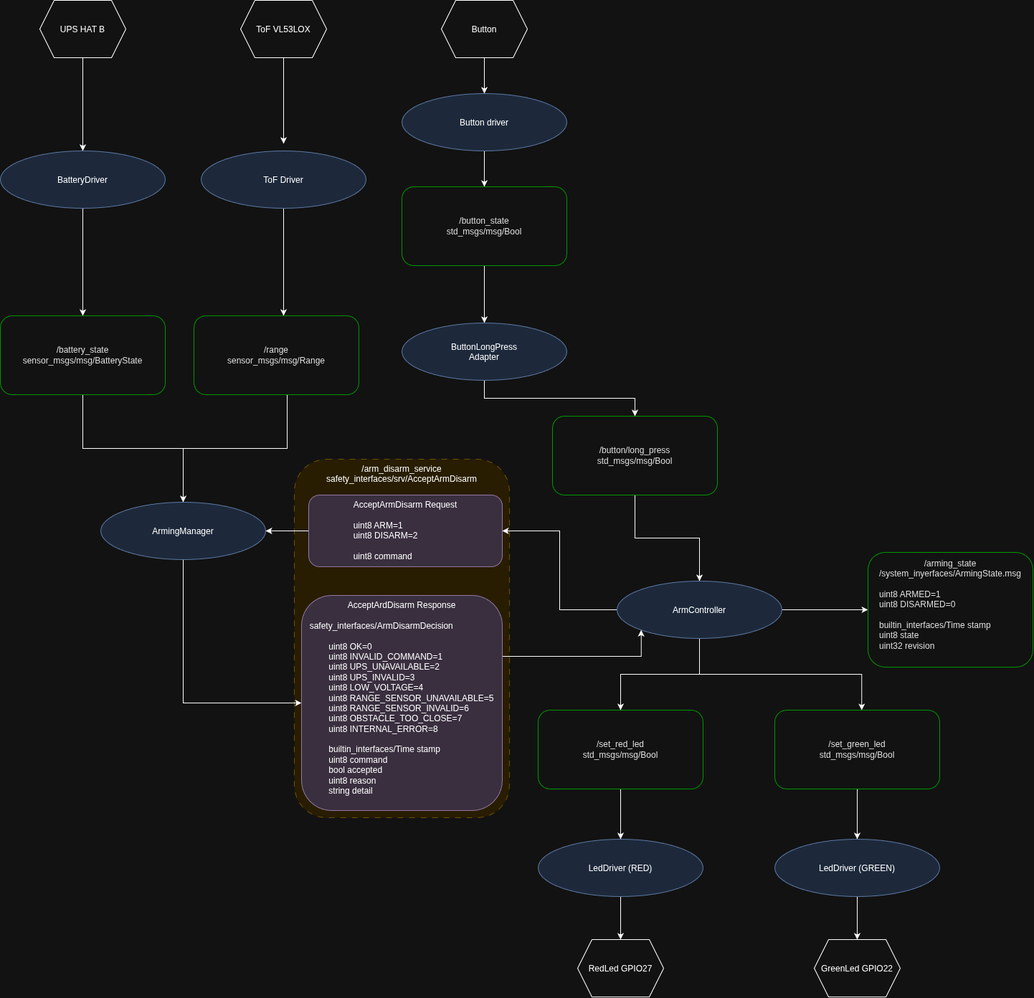
Before: docs/attachments/images/lesson5.1.drawio.png, a diagram exported from draw.io (SeregaCodit/ros2-practical). Source tidied: cells renumbered, new cells last; positions are measured from the earlier drawing's top-left corner, leaving out a move shared by most shapes.
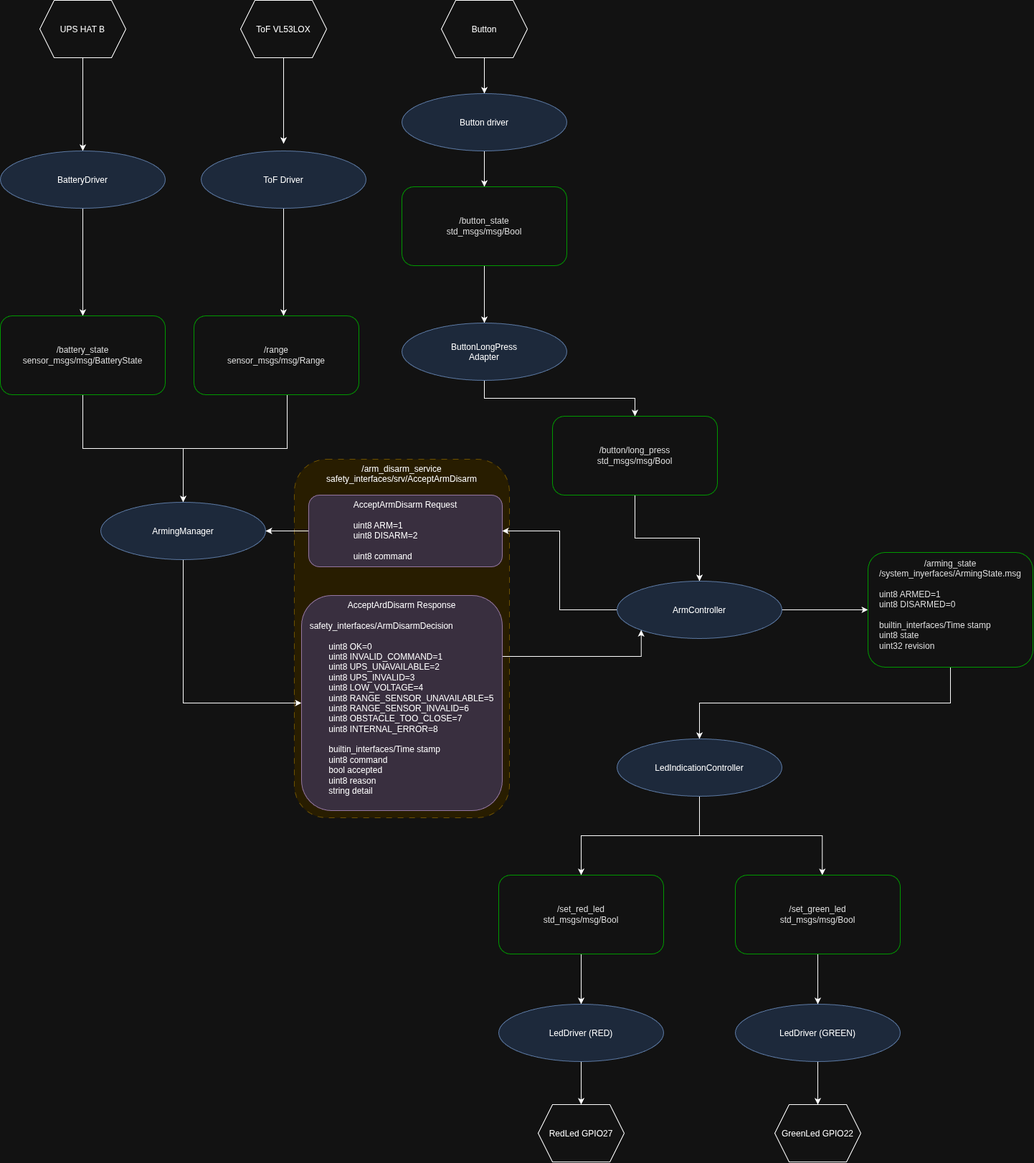
Later version of the same file.

What changed in the source:
```diff
@@ -91,10 +91,7 @@
     <mxCell id="27" style="edgeStyle=orthogonalEdgeStyle;rounded=0;jettySize=auto;html=1;exitX=0;exitY=0.5;exitDx=0;exitDy=0;entryX=1;entryY=0.5;entryDx=0;entryDy=0;defaultLabelBackgroundColor=page;" parent="1" edge="1" source="31" target="33">
       <mxGeometry relative="1" as="geometry" />
     </mxCell>
-    <mxCell id="28" style="edgeStyle=orthogonalEdgeStyle;rounded=0;jettySize=auto;html=1;exitX=0.5;exitY=1;exitDx=0;exitDy=0;entryX=0.5;entryY=0;entryDx=0;entryDy=0;defaultLabelBackgroundColor=page;" parent="1" edge="1" source="31" target="37">
-      <mxGeometry x="-0.52" relative="1" as="geometry" />
-    </mxCell>
-    <mxCell id="29" style="edgeStyle=orthogonalEdgeStyle;shape=connector;rounded=0;jettySize=auto;html=1;exitX=0.5;exitY=1;exitDx=0;exitDy=0;strokeColor=default;align=center;verticalAlign=middle;fontFamily=Helvetica;fontSize=11;fontColor=default;labelBackgroundColor=default;defaultLabelBackgroundColor=page;endArrow=classic;entryX=0.526;entryY=0.023;entryDx=0;entryDy=0;" parent="1" edge="1" source="31" target="45">
+    <mxCell id="29" style="edgeStyle=orthogonalEdgeStyle;shape=connector;rounded=0;jettySize=auto;html=1;strokeColor=default;align=center;verticalAlign=middle;fontFamily=Helvetica;fontSize=11;fontColor=default;labelBackgroundColor=default;defaultLabelBackgroundColor=page;endArrow=classic;entryX=0.526;entryY=0.023;entryDx=0;entryDy=0;" parent="1" edge="1" source="49" target="45">
       <mxGeometry relative="1" as="geometry" />
     </mxCell>
     <mxCell id="30" style="edgeStyle=orthogonalEdgeStyle;shape=connector;rounded=0;jettySize=auto;html=1;exitX=1;exitY=0.5;exitDx=0;exitDy=0;entryX=0;entryY=0.5;entryDx=0;entryDy=0;strokeColor=default;align=center;verticalAlign=middle;fontFamily=Helvetica;fontSize=11;fontColor=default;labelBackgroundColor=default;defaultLabelBackgroundColor=page;endArrow=classic;" parent="1" edge="1" source="31" target="46">
@@ -123,34 +120,43 @@
       <mxGeometry relative="1" as="geometry" />
     </mxCell>
     <mxCell id="37" value="&lt;div style=&quot;color: rgb(18, 18, 18);&quot;&gt;/set_red_led&lt;/div&gt;&lt;div style=&quot;color: rgb(18, 18, 18);&quot;&gt;std_msgs/msg/Bool&lt;/div&gt;" style="rounded=1;whiteSpace=wrap;html=1;roundedPerimeter=1;strokeColor=light-dark(#7AFFAB,#009900);" parent="1" vertex="1">
-      <mxGeometry x="750" y="990" width="230" height="110" as="geometry" />
+      <mxGeometry x="695" y="1220" width="230" height="110" as="geometry" />
     </mxCell>
     <mxCell id="38" style="edgeStyle=orthogonalEdgeStyle;rounded=0;jettySize=auto;html=1;exitX=0.5;exitY=1;exitDx=0;exitDy=0;entryX=0.5;entryY=0;entryDx=0;entryDy=0;defaultLabelBackgroundColor=page;" parent="1" edge="1" source="39" target="40">
       <mxGeometry relative="1" as="geometry" />
     </mxCell>
     <mxCell id="39" value="LedDriver (RED)" style="ellipse;whiteSpace=wrap;html=1;shapeInside=1;fillColor=#dae8fc;strokeColor=#6c8ebf;" parent="1" vertex="1">
-      <mxGeometry x="750" y="1170" width="230" height="80" as="geometry" />
+      <mxGeometry x="695" y="1400" width="230" height="80" as="geometry" />
     </mxCell>
     <mxCell id="40" value="RedLed GPIO27&lt;div&gt;&lt;br&gt;&lt;/div&gt;" style="shape=hexagon;perimeter=hexagonPerimeter2;whiteSpace=wrap;html=1;shapeInside=1;fixedSize=1;" parent="1" vertex="1">
-      <mxGeometry x="805" y="1310" width="120" height="80" as="geometry" />
+      <mxGeometry x="750" y="1540" width="120" height="80" as="geometry" />
     </mxCell>
     <mxCell id="41" value="GreenLed GPIO22&lt;div&gt;&lt;br&gt;&lt;/div&gt;" style="shape=hexagon;perimeter=hexagonPerimeter2;whiteSpace=wrap;html=1;shapeInside=1;fixedSize=1;" parent="1" vertex="1">
-      <mxGeometry x="1135" y="1310" width="120" height="80" as="geometry" />
+      <mxGeometry x="1080" y="1540" width="120" height="80" as="geometry" />
     </mxCell>
     <mxCell id="42" style="edgeStyle=orthogonalEdgeStyle;shape=connector;rounded=0;jettySize=auto;html=1;exitX=0.5;exitY=1;exitDx=0;exitDy=0;entryX=0.5;entryY=0;entryDx=0;entryDy=0;strokeColor=default;align=center;verticalAlign=middle;fontFamily=Helvetica;fontSize=11;fontColor=default;labelBackgroundColor=default;defaultLabelBackgroundColor=page;endArrow=classic;" parent="1" edge="1" source="43" target="41">
       <mxGeometry relative="1" as="geometry" />
     </mxCell>
     <mxCell id="43" value="LedDriver (GREEN)" style="ellipse;whiteSpace=wrap;html=1;shapeInside=1;fillColor=#dae8fc;strokeColor=#6c8ebf;" parent="1" vertex="1">
-      <mxGeometry x="1080" y="1170" width="230" height="80" as="geometry" />
+      <mxGeometry x="1025" y="1400" width="230" height="80" as="geometry" />
     </mxCell>
     <mxCell id="44" style="edgeStyle=orthogonalEdgeStyle;shape=connector;rounded=0;jettySize=auto;html=1;strokeColor=default;align=center;verticalAlign=middle;fontFamily=Helvetica;fontSize=11;fontColor=default;labelBackgroundColor=default;defaultLabelBackgroundColor=page;endArrow=classic;" parent="1" edge="1" source="45" target="43">
       <mxGeometry relative="1" as="geometry" />
     </mxCell>
     <mxCell id="45" value="&lt;div style=&quot;color: rgb(18, 18, 18);&quot;&gt;/set_green_led&lt;/div&gt;&lt;div style=&quot;color: rgb(18, 18, 18);&quot;&gt;std_msgs/msg/Bool&lt;/div&gt;" style="rounded=1;whiteSpace=wrap;html=1;roundedPerimeter=1;strokeColor=light-dark(#7AFFAB,#009900);" parent="1" vertex="1">
-      <mxGeometry x="1080" y="990" width="230" height="110" as="geometry" />
+      <mxGeometry x="1025" y="1220" width="230" height="110" as="geometry" />
     </mxCell>
+    <mxCell id="47" style="edgeStyle=orthogonalEdgeStyle;shape=connector;rounded=0;jettySize=auto;html=1;exitX=0.5;exitY=1;exitDx=0;exitDy=0;entryX=0.5;entryY=0;entryDx=0;entryDy=0;strokeColor=default;align=center;verticalAlign=middle;fontFamily=Helvetica;fontSize=11;fontColor=default;labelBackgroundColor=default;defaultLabelBackgroundColor=page;endArrow=classic;" parent="1" edge="1" source="46" target="49">
+      <mxGeometry relative="1" as="geometry" />
+    </mxCell>
     <mxCell id="46" value="&lt;div style=&quot;color: rgb(18, 18, 18);&quot;&gt;/arming_state&lt;/div&gt;&lt;div style=&quot;text-align: left; color: rgb(18, 18, 18);&quot;&gt;/system_inyerfaces/ArmingState.msg&lt;/div&gt;&lt;div style=&quot;text-align: left; color: rgb(18, 18, 18);&quot;&gt;&lt;br&gt;&lt;/div&gt;&lt;div style=&quot;text-align: left; color: rgb(18, 18, 18);&quot;&gt;uint8 ARMED=1&lt;/div&gt;&lt;div style=&quot;text-align: left; color: rgb(18, 18, 18);&quot;&gt;uint8 DISARMED=0&lt;/div&gt;&lt;div style=&quot;text-align: left; color: rgb(18, 18, 18);&quot;&gt;&lt;br&gt;&lt;/div&gt;&lt;div style=&quot;text-align: left; color: rgb(18, 18, 18);&quot;&gt;builtin_interfaces/Time stamp&lt;/div&gt;&lt;div style=&quot;text-align: left; color: rgb(18, 18, 18);&quot;&gt;uint8 state&lt;/div&gt;&lt;div style=&quot;text-align: left; color: rgb(18, 18, 18);&quot;&gt;uint32 revision&lt;/div&gt;&lt;div style=&quot;color: rgb(18, 18, 18);&quot;&gt;&lt;br&gt;&lt;/div&gt;" style="rounded=1;whiteSpace=wrap;html=1;roundedPerimeter=1;strokeColor=light-dark(#7AFFAB,#009900);" parent="1" vertex="1">
       <mxGeometry x="1210" y="770" width="230" height="160" as="geometry" />
     </mxCell>
+    <mxCell id="48" style="edgeStyle=orthogonalEdgeStyle;shape=connector;rounded=0;jettySize=auto;html=1;exitX=0.5;exitY=1;exitDx=0;exitDy=0;entryX=0.5;entryY=0;entryDx=0;entryDy=0;strokeColor=default;align=center;verticalAlign=middle;fontFamily=Helvetica;fontSize=11;fontColor=default;labelBackgroundColor=default;defaultLabelBackgroundColor=page;endArrow=classic;" parent="1" edge="1" source="49" target="37">
+      <mxGeometry relative="1" as="geometry" />
+    </mxCell>
+    <mxCell id="49" value="LedIndicationController" style="ellipse;whiteSpace=wrap;html=1;shapeInside=1;fillColor=#dae8fc;strokeColor=#6c8ebf;" parent="1" vertex="1">
+      <mxGeometry x="860" y="1030" width="230" height="80" as="geometry" />
+    </mxCell>
   </root>
 </mxGraphModel>
```
